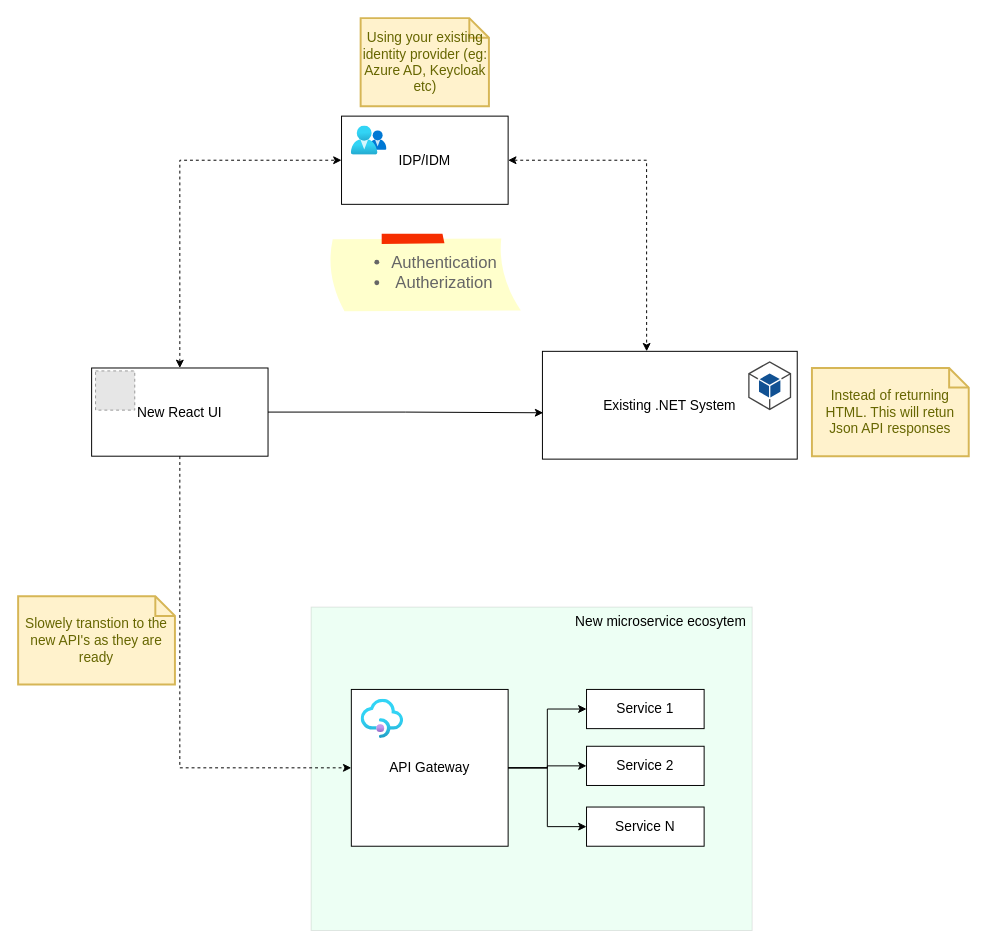
Above: DotNet-App-Upgrade.drawio in Ricky-G/draw-io (draw.io), before the change. Source tidied: cells renumbered, new cells numbered last; positions are measured from the earlier drawing's top-left corner, leaving out a move shared by most shapes. Both pictures are drawn from the tidied source at 98%, with x=0, y=0 at pixel (18, 18). Pictures stored in the file or linked from it are replaced by grey dashed boxes.
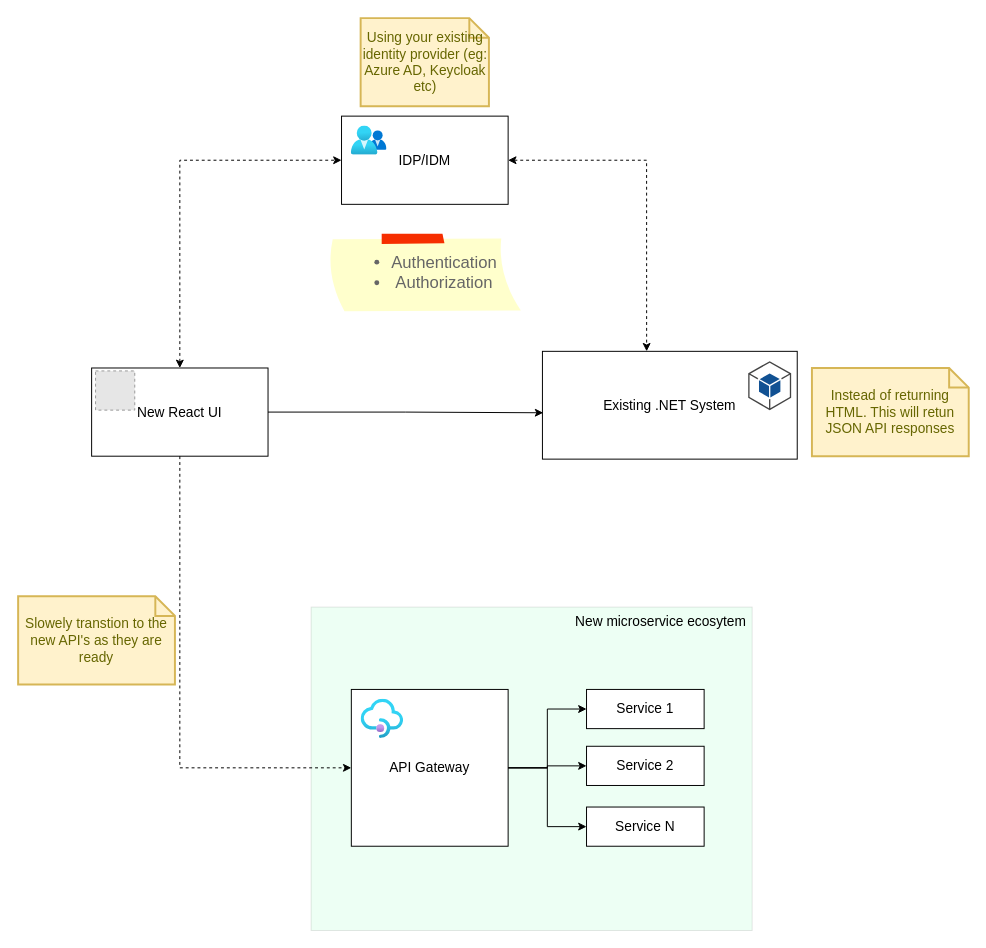
The same diagram, later.

Diff of the diagram source:
```diff
@@
-    <mxCell id="9" value="Instead of returning HTML. This will retun Json API responses" style="shape=note;strokeWidth=2;fontSize=14;size=20;whiteSpace=wrap;html=1;fillColor=#fff2cc;strokeColor=#d6b656;fontColor=#666600;" parent="1" vertex="1">
+    <mxCell id="9" value="Instead of returning HTML. This will retun JSON API responses" style="shape=note;strokeWidth=2;fontSize=14;size=20;whiteSpace=wrap;html=1;fillColor=#fff2cc;strokeColor=#d6b656;fontColor=#666600;" parent="1" vertex="1">
       <mxGeometry x="810" y="357" width="160" height="90" as="geometry" />
     </mxCell>
@@
-    <mxCell id="17" value="&lt;ul&gt;&lt;li&gt;Authentication&lt;/li&gt;&lt;li&gt;Autherization&lt;/li&gt;&lt;/ul&gt;" style="strokeWidth=1;shadow=0;dashed=0;align=center;html=1;shape=mxgraph.mockup.text.stickyNote2;fontColor=#666666;mainText=;fontSize=17;whiteSpace=wrap;fillColor=#ffffcc;strokeColor=#F62E00;" parent="1" vertex="1">
+    <mxCell id="17" value="&lt;ul&gt;&lt;li&gt;Authentication&lt;/li&gt;&lt;li&gt;Authorization&lt;/li&gt;&lt;/ul&gt;" style="strokeWidth=1;shadow=0;dashed=0;align=center;html=1;shape=mxgraph.mockup.text.stickyNote2;fontColor=#666666;mainText=;fontSize=17;whiteSpace=wrap;fillColor=#ffffcc;strokeColor=#F62E00;" parent="1" vertex="1">
       <mxGeometry x="315" y="220" width="200" height="80" as="geometry" />
     </mxCell>
```
